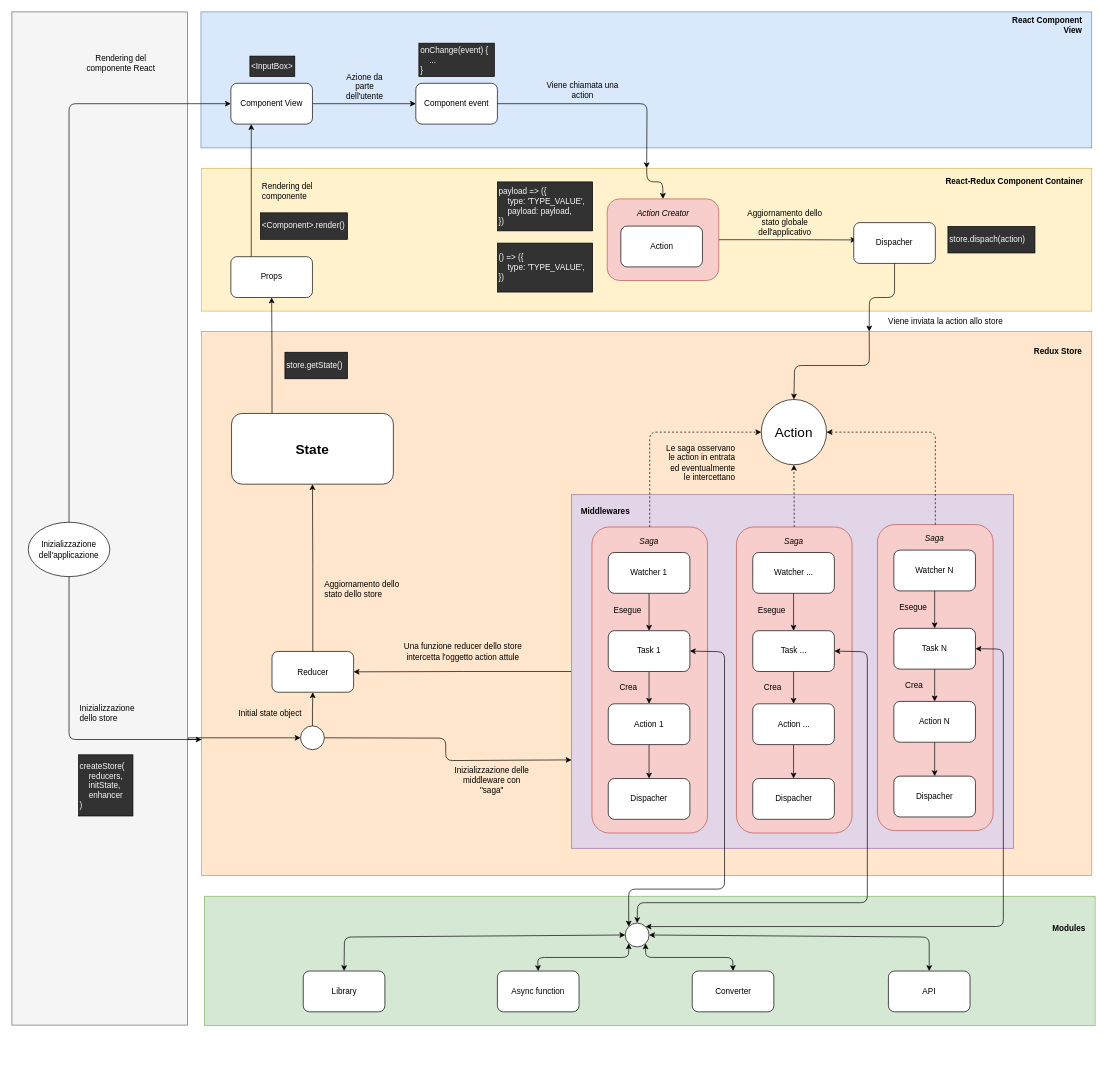
Above: documents/React web application - sagas.drawio in peoplelab/react-example (draw.io), before the change. Source tidied: cells renumbered, new cells numbered last; positions are measured from the earlier drawing's top-left corner, leaving out a move shared by most shapes. Both pictures are drawn from the tidied source at 68%, with x=0, y=0 at pixel (12, 12).
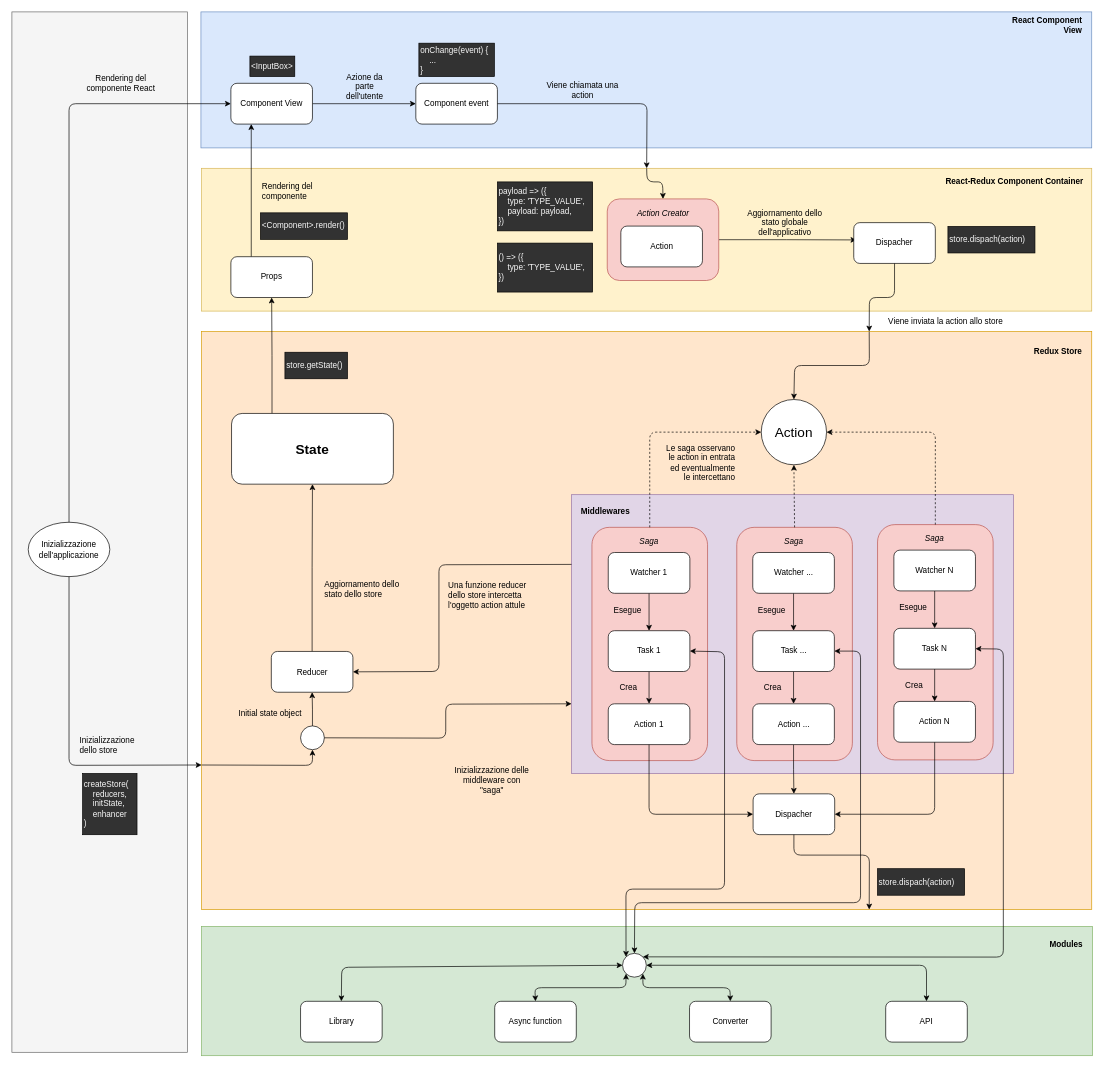
After the change.

The change refers to these unchanged cells:
```xml
<mxCell id="20" value="&lt;div align=&quot;center&quot;&gt;Inizializzazione dell'applicazione&lt;br&gt;&lt;/div&gt;" style="ellipse;whiteSpace=wrap;html=1;rounded=0;fillColor=#ffffff;align=center;" parent="1" vertex="1">
  <mxGeometry x="24" y="750.5" width="120" height="80" as="geometry" />
</mxCell>
<mxCell id="62" style="ellipse;whiteSpace=wrap;html=1;fontSize=20;align=right;" parent="1" vertex="1">
  <mxGeometry x="424.5" y="1050" width="35" height="35" as="geometry" />
</mxCell>
<mxCell id="65" value="Task 1" style="rounded=1;whiteSpace=wrap;html=1;" parent="1" vertex="1">
  <mxGeometry x="877" y="910" width="120" height="60" as="geometry" />
</mxCell>
<mxCell id="67" value="Action 1" style="rounded=1;whiteSpace=wrap;html=1;" parent="1" vertex="1">
  <mxGeometry x="877" y="1017.5" width="120" height="60" as="geometry" />
</mxCell>
<mxCell id="83" value="Task ..." style="rounded=1;whiteSpace=wrap;html=1;" parent="1" vertex="1">
  <mxGeometry x="1089.5" y="910" width="120" height="60" as="geometry" />
</mxCell>
<mxCell id="94" value="Task N" style="rounded=1;whiteSpace=wrap;html=1;" parent="1" vertex="1">
  <mxGeometry x="1297" y="906.5" width="120" height="60" as="geometry" />
</mxCell>
<mxCell id="96" value="Action N" style="rounded=1;whiteSpace=wrap;html=1;" parent="1" vertex="1">
  <mxGeometry x="1297" y="1014" width="120" height="60" as="geometry" />
</mxCell>
```

Diff of the diagram source:
```diff
@@
     <mxCell id="2" style="rounded=0;whiteSpace=wrap;html=1;fillColor=#ffe6cc;strokeColor=#d79b00;glass=0;comic=0;shadow=0;" parent="1" vertex="1">
-      <mxGeometry x="279" y="470" width="1309" height="800" as="geometry" />
+      <mxGeometry x="279" y="470" width="1309" height="850" as="geometry" />
     </mxCell>
-    <mxCell id="3" style="edgeStyle=orthogonalEdgeStyle;rounded=0;jettySize=auto;html=1;exitX=0;exitY=0.75;exitDx=0;exitDy=0;entryX=0;entryY=0.5;entryDx=0;entryDy=0;" parent="1" edge="1" source="2" target="62">
-      <mxGeometry relative="1" as="geometry" />
-    </mxCell>
-    <mxCell id="4" style="edgeStyle=orthogonalEdgeStyle;rounded=0;jettySize=auto;html=1;exitX=0;exitY=0.5;exitDx=0;exitDy=0;entryX=1;entryY=0.5;entryDx=0;entryDy=0;" parent="1" edge="1" source="5" target="42">
-      <mxGeometry relative="1" as="geometry" />
-    </mxCell>
     <mxCell id="5" style="rounded=0;whiteSpace=wrap;html=1;fillColor=#e1d5e7;strokeColor=#9673a6;" parent="1" vertex="1">
-      <mxGeometry x="823" y="710" width="650" height="520" as="geometry" />
+      <mxGeometry x="823" y="710" width="650" height="410" as="geometry" />
     </mxCell>
@@
     <mxCell id="9" style="rounded=0;whiteSpace=wrap;html=1;fillColor=#d5e8d4;strokeColor=#82b366;" parent="1" vertex="1">
-      <mxGeometry x="283" y="1300.5" width="1310" height="190" as="geometry" />
+      <mxGeometry x="279" y="1345" width="1310" height="190" as="geometry" />
     </mxCell>
     <mxCell id="10" style="rounded=0;whiteSpace=wrap;html=1;fillColor=#f5f5f5;align=left;strokeColor=#666666;fontColor=#333333;" parent="1" vertex="1">
-      <mxGeometry width="258" height="1490" as="geometry" />
+      <mxGeometry width="258" height="1530" as="geometry" />
     </mxCell>
@@
     <mxCell id="15" value="Converter" style="rounded=1;whiteSpace=wrap;html=1;" parent="1" vertex="1">
-      <mxGeometry x="1000.5" y="1410.5" width="120" height="60" as="geometry" />
+      <mxGeometry x="996.5" y="1455" width="120" height="60" as="geometry" />
     </mxCell>
@@
     <mxCell id="17" value="Modules" style="text;html=1;strokeColor=none;fillColor=none;align=right;verticalAlign=middle;whiteSpace=wrap;rounded=0;fontStyle=1;" parent="1" vertex="1">
-      <mxGeometry x="1510.5" y="1337.5" width="70" height="20" as="geometry" />
+      <mxGeometry x="1506.5" y="1362" width="70" height="20" as="geometry" />
     </mxCell>
@@
     <mxCell id="19" value="&lt;div&gt;Rendering del componente React&lt;br&gt;&lt;/div&gt;" style="text;html=1;strokeColor=none;fillColor=none;align=center;verticalAlign=middle;whiteSpace=wrap;rounded=0;" parent="1" vertex="1">
-      <mxGeometry x="98" y="65" width="125" height="20" as="geometry" />
+      <mxGeometry x="98" y="95" width="125" height="20" as="geometry" />
     </mxCell>
@@
     <mxCell id="33" value="Inizializzazione dello store" style="text;html=1;strokeColor=none;fillColor=none;align=left;verticalAlign=middle;whiteSpace=wrap;rounded=0;" parent="1" vertex="1">
-      <mxGeometry x="98" y="1014" width="104" height="36" as="geometry" />
+      <mxGeometry x="98" y="1059.5" width="104" height="36" as="geometry" />
     </mxCell>
     <mxCell id="34" value="&lt;div&gt;createStore(&lt;/div&gt;&lt;div&gt;&amp;nbsp;&amp;nbsp;&amp;nbsp; reducers,&lt;/div&gt;&lt;div&gt;&amp;nbsp;&amp;nbsp;&amp;nbsp; initState,&lt;br&gt;&lt;div&gt;&lt;div&gt;&lt;span&gt;&amp;nbsp;&amp;nbsp;&amp;nbsp; enhancer&lt;/span&gt;&lt;/div&gt;&lt;/div&gt;&lt;/div&gt;&lt;div&gt;)&lt;/div&gt;" style="rounded=0;whiteSpace=wrap;html=1;fillColor=#323232;align=left;fontColor=#f9f9f9;" parent="1" vertex="1">
-      <mxGeometry x="98" y="1092.5" width="80" height="90" as="geometry" />
+      <mxGeometry x="104" y="1120" width="80" height="90" as="geometry" />
     </mxCell>
     <mxCell id="35" value="Library" style="rounded=1;whiteSpace=wrap;html=1;" parent="1" vertex="1">
-      <mxGeometry x="428.5" y="1410.5" width="120" height="60" as="geometry" />
+      <mxGeometry x="424.5" y="1455" width="120" height="60" as="geometry" />
     </mxCell>
     <mxCell id="36" value="Async function" style="rounded=1;whiteSpace=wrap;html=1;" parent="1" vertex="1">
-      <mxGeometry x="714" y="1410.5" width="120" height="60" as="geometry" />
+      <mxGeometry x="710" y="1455" width="120" height="60" as="geometry" />
     </mxCell>
     <mxCell id="37" value="API" style="rounded=1;whiteSpace=wrap;html=1;" parent="1" vertex="1">
-      <mxGeometry x="1289" y="1410.5" width="120" height="60" as="geometry" />
+      <mxGeometry x="1285" y="1455" width="120" height="60" as="geometry" />
     </mxCell>
@@
     <mxCell id="42" value="Reducer" style="rounded=1;whiteSpace=wrap;html=1;" parent="1" vertex="1">
-      <mxGeometry x="382.5" y="940.5" width="120" height="60" as="geometry" />
+      <mxGeometry x="381.5" y="940.5" width="120" height="60" as="geometry" />
     </mxCell>
@@
     <mxCell id="55" style="rounded=1;whiteSpace=wrap;html=1;align=left;fillColor=#f8cecc;strokeColor=#b85450;" parent="1" vertex="1">
-      <mxGeometry x="853" y="757.5" width="170" height="450" as="geometry" />
+      <mxGeometry x="853" y="758" width="170" height="343" as="geometry" />
     </mxCell>
@@
-    <mxCell id="60" value="Una funzione reducer dello store intercetta l'oggetto action attule" style="text;html=1;strokeColor=none;fillColor=none;align=center;verticalAlign=middle;whiteSpace=wrap;rounded=0;" parent="1" vertex="1">
-      <mxGeometry x="558.5" y="922" width="209" height="37" as="geometry" />
+    <mxCell id="60" value="Una funzione reducer dello store intercetta l'oggetto action attule" style="text;html=1;strokeColor=none;fillColor=none;align=left;verticalAlign=middle;whiteSpace=wrap;rounded=0;" parent="1" vertex="1">
+      <mxGeometry x="640" y="839" width="128" height="37" as="geometry" />
     </mxCell>
@@
-    <mxCell id="66" style="edgeStyle=orthogonalEdgeStyle;rounded=0;jettySize=auto;html=1;exitX=0.5;exitY=1;exitDx=0;exitDy=0;entryX=0.5;entryY=0;entryDx=0;entryDy=0;" parent="1" edge="1" source="67" target="76">
-      <mxGeometry relative="1" as="geometry" />
-    </mxCell>
@@
     <mxCell id="69" style="ellipse;whiteSpace=wrap;html=1;align=right;" parent="1" vertex="1">
-      <mxGeometry x="902" y="1340" width="35" height="35" as="geometry" />
+      <mxGeometry x="898" y="1384.5" width="35" height="35" as="geometry" />
     </mxCell>
     <mxCell id="70" style="endArrow=classic;startArrow=classic;html=1;exitX=0.5;exitY=0;exitDx=0;exitDy=0;entryX=0;entryY=0.5;entryDx=0;entryDy=0;" parent="1" edge="1" source="35" target="69">
       <mxGeometry relative="1" as="geometry">
         <Array as="points">
-          <mxPoint x="489" y="1360.5" />
+          <mxPoint x="485" y="1405" />
         </Array>
       </mxGeometry>
     </mxCell>
     <mxCell id="71" style="endArrow=classic;startArrow=classic;html=1;exitX=0.5;exitY=0;exitDx=0;exitDy=0;entryX=0;entryY=1;entryDx=0;entryDy=0;" parent="1" edge="1" source="36" target="69">
       <mxGeometry relative="1" as="geometry">
         <Array as="points">
-          <mxPoint x="773" y="1390.5" />
-          <mxPoint x="907" y="1390.5" />
+          <mxPoint x="769" y="1435" />
+          <mxPoint x="903" y="1435" />
         </Array>
       </mxGeometry>
     </mxCell>
     <mxCell id="72" style="endArrow=classic;startArrow=classic;html=1;exitX=0.5;exitY=0;exitDx=0;exitDy=0;entryX=1;entryY=1;entryDx=0;entryDy=0;" parent="1" edge="1" source="15" target="69">
       <mxGeometry relative="1" as="geometry">
         <Array as="points">
-          <mxPoint x="1060" y="1390.5" />
-          <mxPoint x="932" y="1390.5" />
+          <mxPoint x="1056" y="1435" />
+          <mxPoint x="928" y="1435" />
         </Array>
       </mxGeometry>
     </mxCell>
     <mxCell id="73" style="endArrow=classic;startArrow=classic;html=1;exitX=0.5;exitY=0;exitDx=0;exitDy=0;entryX=1;entryY=0.5;entryDx=0;entryDy=0;" parent="1" edge="1" source="37" target="69">
       <mxGeometry relative="1" as="geometry">
         <Array as="points">
-          <mxPoint x="1349" y="1360.5" />
+          <mxPoint x="1345" y="1402" />
         </Array>
       </mxGeometry>
     </mxCell>
@@
-    <mxCell id="76" value="Dispacher" style="rounded=1;whiteSpace=wrap;html=1;fontStyle=0;" parent="1" vertex="1">
-      <mxGeometry x="877" y="1127.4" width="120" height="60" as="geometry" />
-    </mxCell>
     <mxCell id="77" style="rounded=1;whiteSpace=wrap;html=1;align=left;fillColor=#f8cecc;strokeColor=#b85450;" parent="1" vertex="1">
-      <mxGeometry x="1065.5" y="757.5" width="170" height="450" as="geometry" />
+      <mxGeometry x="1066" y="758" width="170" height="343" as="geometry" />
     </mxCell>
@@
     <mxCell id="87" value="Dispacher" style="rounded=1;whiteSpace=wrap;html=1;fontStyle=0;" parent="1" vertex="1">
-      <mxGeometry x="1089.5" y="1127.4" width="120" height="60" as="geometry" />
+      <mxGeometry x="1090" y="1149.9" width="120" height="60" as="geometry" />
     </mxCell>
     <mxCell id="88" style="rounded=1;whiteSpace=wrap;html=1;align=left;fillColor=#f8cecc;strokeColor=#b85450;" parent="1" vertex="1">
-      <mxGeometry x="1273" y="754" width="170" height="450" as="geometry" />
+      <mxGeometry x="1273" y="754" width="170" height="346" as="geometry" />
     </mxCell>
@@
-    <mxCell id="95" style="edgeStyle=orthogonalEdgeStyle;rounded=0;jettySize=auto;html=1;exitX=0.5;exitY=1;exitDx=0;exitDy=0;entryX=0.5;entryY=0;entryDx=0;entryDy=0;" parent="1" edge="1" source="96" target="98">
-      <mxGeometry relative="1" as="geometry" />
-    </mxCell>
@@
-    <mxCell id="98" value="Dispacher" style="rounded=1;whiteSpace=wrap;html=1;fontStyle=0;" parent="1" vertex="1">
-      <mxGeometry x="1297" y="1123.9" width="120" height="60" as="geometry" />
-    </mxCell>
@@
     <mxCell id="102" style="endArrow=classic;html=1;exitX=0.5;exitY=1;exitDx=0;exitDy=0;entryX=0;entryY=0.75;entryDx=0;entryDy=0;" parent="1" edge="1" source="20" target="2">
       <mxGeometry relative="1" as="geometry">
         <Array as="points">
-          <mxPoint x="84" y="1070" />
+          <mxPoint x="84" y="1108" />
         </Array>
       </mxGeometry>
     </mxCell>
     <mxCell id="103" style="endArrow=classic;html=1;exitX=1;exitY=0.5;exitDx=0;exitDy=0;entryX=0;entryY=0.75;entryDx=0;entryDy=0;" parent="1" edge="1" source="62" target="5">
       <mxGeometry relative="1" as="geometry">
         <Array as="points">
           <mxPoint x="638" y="1068" />
-          <mxPoint x="638" y="1101" />
+          <mxPoint x="638" y="1018" />
         </Array>
       </mxGeometry>
     </mxCell>
     <mxCell id="104" style="endArrow=classic;startArrow=classic;html=1;entryX=1;entryY=0.5;entryDx=0;entryDy=0;exitX=0;exitY=0;exitDx=0;exitDy=0;" parent="1" edge="1" source="69" target="65">
       <mxGeometry relative="1" as="geometry">
         <Array as="points">
-          <mxPoint x="907" y="1290" />
+          <mxPoint x="903" y="1290" />
           <mxPoint x="1048" y="1290" />
           <mxPoint x="1048" y="941" />
         </Array>
       </mxGeometry>
     </mxCell>
     <mxCell id="105" style="endArrow=classic;startArrow=classic;html=1;exitX=0.5;exitY=0;exitDx=0;exitDy=0;entryX=1;entryY=0.5;entryDx=0;entryDy=0;" parent="1" edge="1" source="69" target="83">
       <mxGeometry relative="1" as="geometry">
         <Array as="points">
-          <mxPoint x="920" y="1310" />
-          <mxPoint x="1258" y="1310" />
-          <mxPoint x="1258" y="941" />
+          <mxPoint x="916" y="1310" />
+          <mxPoint x="1248" y="1310" />
+          <mxPoint x="1248" y="940" />
         </Array>
       </mxGeometry>
     </mxCell>
     <mxCell id="106" style="endArrow=classic;startArrow=classic;html=1;entryX=1;entryY=0.5;entryDx=0;entryDy=0;exitX=1;exitY=0;exitDx=0;exitDy=0;" parent="1" edge="1" source="69" target="94">
       <mxGeometry relative="1" as="geometry">
         <Array as="points">
-          <mxPoint x="1458" y="1345" />
+          <mxPoint x="1458" y="1390" />
           <mxPoint x="1458" y="937" />
         </Array>
       </mxGeometry>
     </mxCell>
@@
+    <mxCell id="108" style="endArrow=classic;html=1;entryX=0;entryY=0.5;entryDx=0;entryDy=0;exitX=0.5;exitY=1;exitDx=0;exitDy=0;" parent="1" edge="1" source="67" target="87">
+      <mxGeometry relative="1" as="geometry">
+        <Array as="points">
+          <mxPoint x="937" y="1180" />
+        </Array>
+      </mxGeometry>
+    </mxCell>
+    <mxCell id="109" style="endArrow=classic;html=1;exitX=0.5;exitY=1;exitDx=0;exitDy=0;entryX=1;entryY=0.5;entryDx=0;entryDy=0;" parent="1" edge="1" source="96" target="87">
+      <mxGeometry relative="1" as="geometry">
+        <Array as="points">
+          <mxPoint x="1357" y="1180" />
+        </Array>
+      </mxGeometry>
+    </mxCell>
+    <mxCell id="110" style="endArrow=classic;html=1;exitX=0.5;exitY=1;exitDx=0;exitDy=0;entryX=0.75;entryY=1;entryDx=0;entryDy=0;" parent="1" edge="1" source="87" target="2">
+      <mxGeometry relative="1" as="geometry">
+        <Array as="points">
+          <mxPoint x="1150" y="1240" />
+          <mxPoint x="1261" y="1240" />
+        </Array>
+      </mxGeometry>
+    </mxCell>
+    <mxCell id="4" style="endArrow=classic;html=1;exitX=0;exitY=0.25;exitDx=0;exitDy=0;entryX=1;entryY=0.5;entryDx=0;entryDy=0;" parent="1" edge="1" source="5" target="42">
+      <mxGeometry relative="1" as="geometry">
+        <Array as="points">
+          <mxPoint x="628" y="813" />
+          <mxPoint x="628" y="970" />
+        </Array>
+      </mxGeometry>
+    </mxCell>
+    <mxCell id="111" value="store.dispach(action)" style="rounded=0;whiteSpace=wrap;html=1;fillColor=#323232;align=left;fontColor=#f9f9f9;" parent="1" vertex="1">
+      <mxGeometry x="1273" y="1260" width="128" height="39" as="geometry" />
+    </mxCell>
+    <mxCell id="3" style="endArrow=classic;html=1;exitX=0;exitY=0.75;exitDx=0;exitDy=0;entryX=0.5;entryY=1;entryDx=0;entryDy=0;" parent="1" edge="1" source="2" target="62">
+      <mxGeometry relative="1" as="geometry">
+        <Array as="points">
+          <mxPoint x="442" y="1108" />
+        </Array>
+      </mxGeometry>
+    </mxCell>
```
